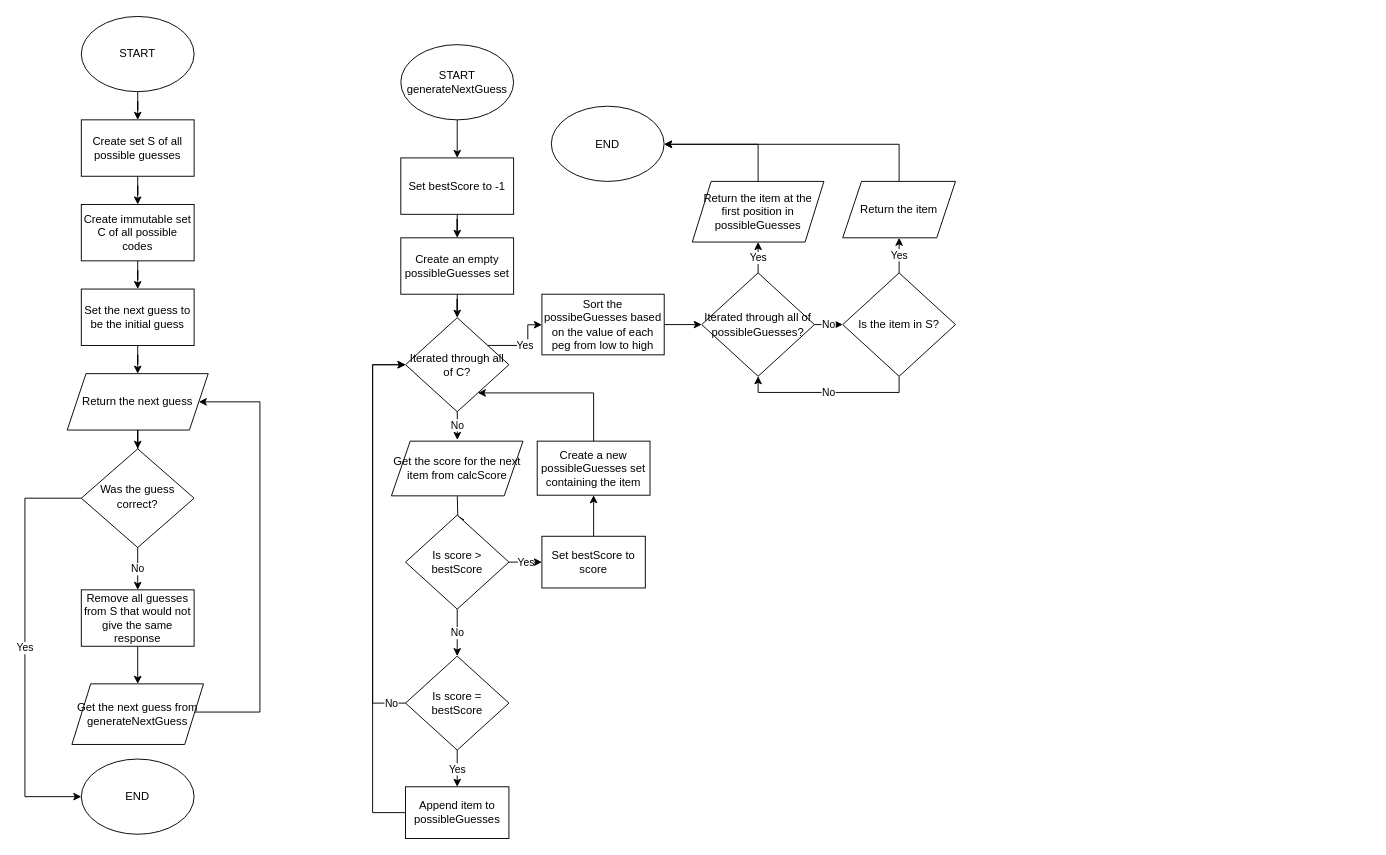
Earlier version of the draw.io diagram Knuths Algorithm Flowchart.drawio (Rufushwilliams/NEA---MasterMind). Source tidied: cells renumbered, new cells numbered last; positions are measured from the earlier drawing's top-left corner, leaving out a move shared by most shapes. Both pictures are drawn from the tidied source at 94%, with x=0, y=0 at pixel (24, 16).
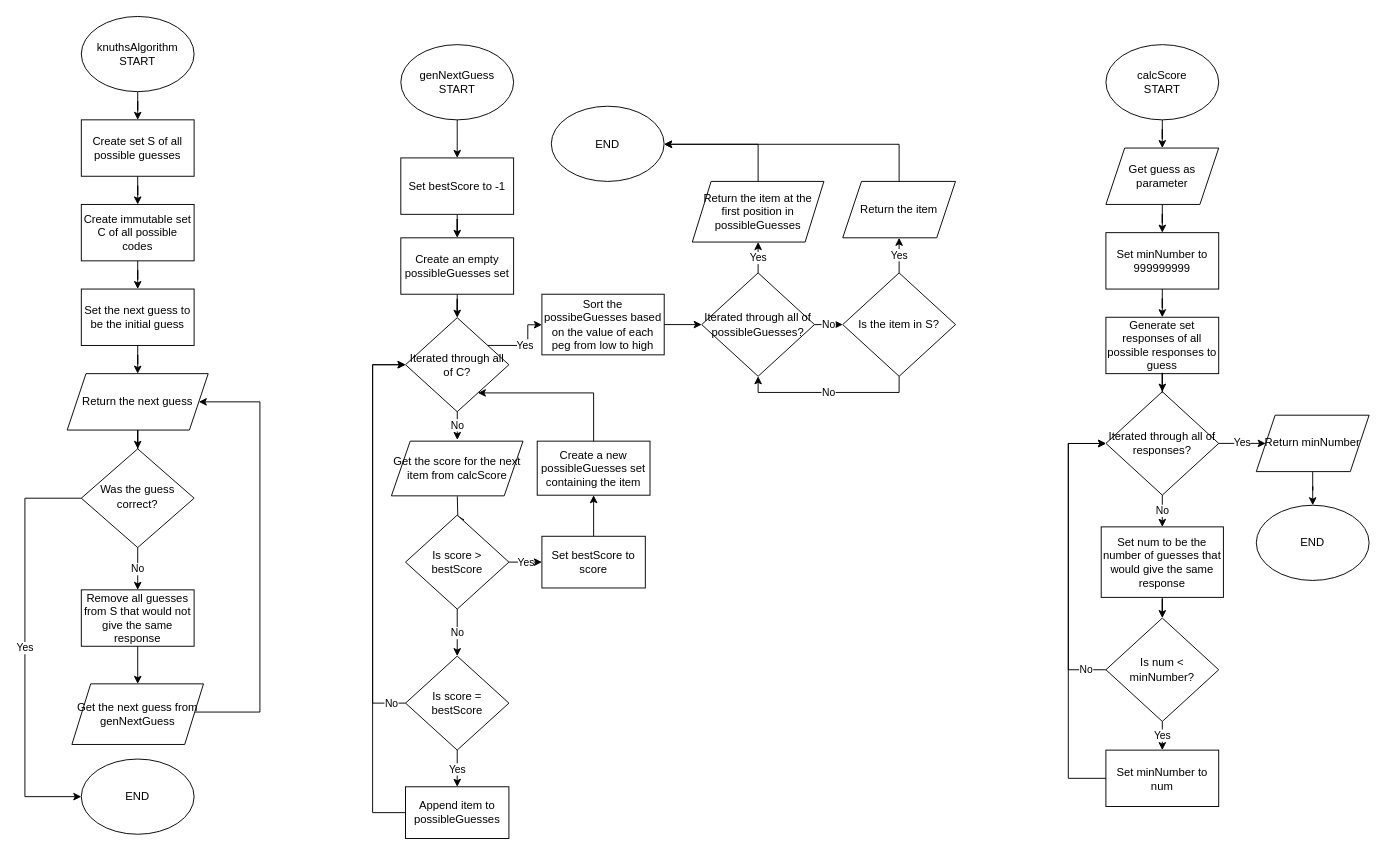
The same page after the edit.

What changed in the source:
```diff
@@
-    <mxCell id="3" value="START" style="ellipse;whiteSpace=wrap;html=1;" parent="1" vertex="1">
+    <mxCell id="3" value="knuthsAlgorithm&lt;br&gt;START" style="ellipse;whiteSpace=wrap;html=1;" parent="1" vertex="1">
       <mxGeometry x="60" width="120" height="80" as="geometry" />
     </mxCell>
@@
-    <mxCell id="47" value="START&lt;br&gt;generateNextGuess" style="ellipse;whiteSpace=wrap;html=1;" parent="1" vertex="1">
+    <mxCell id="47" value="genNextGuess&lt;br&gt;START" style="ellipse;whiteSpace=wrap;html=1;" parent="1" vertex="1">
       <mxGeometry x="399.9" y="30" width="120" height="80" as="geometry" />
     </mxCell>
@@
-    <mxCell id="54" value="Get the next guess from generateNextGuess" style="shape=parallelogram;perimeter=parallelogramPerimeter;whiteSpace=wrap;html=1;fixedSize=1;" parent="1" vertex="1">
+    <mxCell id="54" value="Get the next guess from genNextGuess" style="shape=parallelogram;perimeter=parallelogramPerimeter;whiteSpace=wrap;html=1;fixedSize=1;" parent="1" vertex="1">
       <mxGeometry x="50" y="710" width="140" height="64.5" as="geometry" />
     </mxCell>
@@
+    <mxCell id="56" style="edgeStyle=orthogonalEdgeStyle;rounded=0;jettySize=auto;html=1;" parent="1" edge="1" source="57" target="60">
+      <mxGeometry relative="1" as="geometry" />
+    </mxCell>
+    <mxCell id="57" value="calcScore&lt;br&gt;START" style="ellipse;whiteSpace=wrap;html=1;" parent="1" vertex="1">
+      <mxGeometry x="1150" y="30" width="120" height="80" as="geometry" />
+    </mxCell>
+    <mxCell id="58" value="Set minNumber to 999999999" style="rounded=0;whiteSpace=wrap;html=1;" parent="1" vertex="1">
+      <mxGeometry x="1150" y="230" width="120" height="60" as="geometry" />
+    </mxCell>
+    <mxCell id="59" style="edgeStyle=orthogonalEdgeStyle;rounded=0;jettySize=auto;html=1;" parent="1" edge="1" source="60" target="58">
+      <mxGeometry relative="1" as="geometry" />
+    </mxCell>
+    <mxCell id="60" value="Get guess as parameter" style="shape=parallelogram;perimeter=parallelogramPerimeter;whiteSpace=wrap;html=1;fixedSize=1;" parent="1" vertex="1">
+      <mxGeometry x="1150" y="140" width="120" height="60" as="geometry" />
+    </mxCell>
+    <mxCell id="61" value="Generate set responses of all possible responses to guess" style="rounded=0;whiteSpace=wrap;html=1;" parent="1" vertex="1">
+      <mxGeometry x="1150" y="320" width="120" height="60" as="geometry" />
+    </mxCell>
+    <mxCell id="62" value="No" style="edgeStyle=orthogonalEdgeStyle;rounded=0;jettySize=auto;html=1;" parent="1" edge="1" source="64" target="66">
+      <mxGeometry relative="1" as="geometry" />
+    </mxCell>
+    <mxCell id="63" value="Yes" style="edgeStyle=orthogonalEdgeStyle;rounded=0;jettySize=auto;html=1;" parent="1" edge="1" source="64" target="75">
+      <mxGeometry relative="1" as="geometry" />
+    </mxCell>
+    <mxCell id="64" value="Iterated through all of responses?" style="rhombus;whiteSpace=wrap;html=1;" parent="1" vertex="1">
+      <mxGeometry x="1150" y="399.2" width="120" height="110" as="geometry" />
+    </mxCell>
+    <mxCell id="65" style="edgeStyle=orthogonalEdgeStyle;rounded=0;jettySize=auto;html=1;" parent="1" edge="1" source="66" target="68">
+      <mxGeometry relative="1" as="geometry" />
+    </mxCell>
+    <mxCell id="66" value="Set num to be the number of guesses that would give the same response" style="rounded=0;whiteSpace=wrap;html=1;" parent="1" vertex="1">
+      <mxGeometry x="1145" y="543" width="130" height="75" as="geometry" />
+    </mxCell>
+    <mxCell id="67" value="Yes" style="edgeStyle=orthogonalEdgeStyle;rounded=0;jettySize=auto;html=1;" parent="1" edge="1" source="68" target="69">
+      <mxGeometry relative="1" as="geometry" />
+    </mxCell>
+    <mxCell id="68" value="Is num &amp;lt; minNumber?" style="rhombus;whiteSpace=wrap;html=1;" parent="1" vertex="1">
+      <mxGeometry x="1150" y="640" width="120" height="110" as="geometry" />
+    </mxCell>
+    <mxCell id="69" value="Set minNumber to num" style="rounded=0;whiteSpace=wrap;html=1;" parent="1" vertex="1">
+      <mxGeometry x="1150" y="780.5" width="120" height="60" as="geometry" />
+    </mxCell>
+    <mxCell id="70" style="edgeStyle=orthogonalEdgeStyle;rounded=0;jettySize=auto;html=1;" parent="1" edge="1" source="58" target="61">
+      <mxGeometry relative="1" as="geometry" />
+    </mxCell>
+    <mxCell id="71" style="edgeStyle=orthogonalEdgeStyle;rounded=0;jettySize=auto;html=1;" parent="1" edge="1" source="61" target="64">
+      <mxGeometry relative="1" as="geometry" />
+    </mxCell>
+    <mxCell id="72" value="No" style="edgeStyle=orthogonalEdgeStyle;rounded=0;jettySize=auto;html=1;" parent="1" edge="1" source="68" target="64">
+      <mxGeometry x="-0.87" relative="1" as="geometry">
+        <Array as="points">
+          <mxPoint x="1110" y="695" />
+          <mxPoint x="1110" y="454.3" />
+        </Array>
+      </mxGeometry>
+    </mxCell>
+    <mxCell id="73" style="edgeStyle=orthogonalEdgeStyle;rounded=0;jettySize=auto;html=1;" parent="1" edge="1" source="69" target="64">
+      <mxGeometry relative="1" as="geometry">
+        <Array as="points">
+          <mxPoint x="1110" y="810.5" />
+          <mxPoint x="1110" y="454.3" />
+        </Array>
+      </mxGeometry>
+    </mxCell>
+    <mxCell id="74" style="edgeStyle=orthogonalEdgeStyle;rounded=0;jettySize=auto;html=1;" parent="1" edge="1" source="75" target="76">
+      <mxGeometry relative="1" as="geometry" />
+    </mxCell>
+    <mxCell id="75" value="Return minNumber" style="shape=parallelogram;perimeter=parallelogramPerimeter;whiteSpace=wrap;html=1;fixedSize=1;" parent="1" vertex="1">
+      <mxGeometry x="1310" y="424.2" width="120" height="60" as="geometry" />
+    </mxCell>
+    <mxCell id="76" value="END" style="ellipse;whiteSpace=wrap;html=1;" parent="1" vertex="1">
+      <mxGeometry x="1310" y="520" width="120" height="80" as="geometry" />
+    </mxCell>
```
